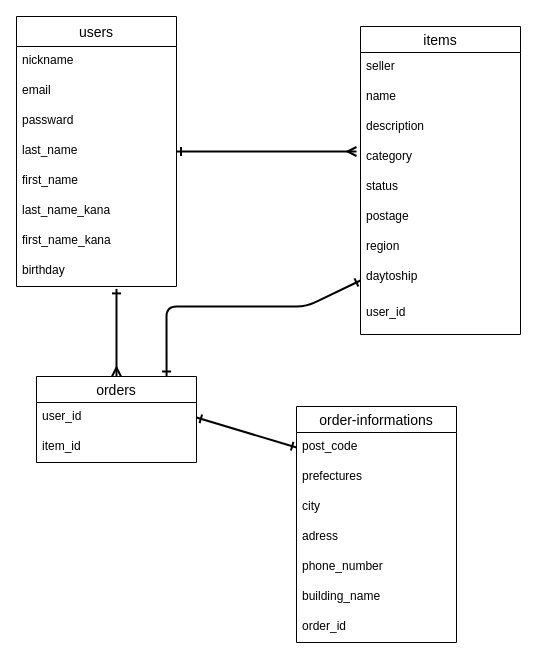
Above: er.dio in shimizubenson/furima-38211 (draw.io), before the change. Source tidied: cells renumbered, new cells numbered last; positions are measured from the earlier drawing's top-left corner, leaving out a move shared by most shapes. Both pictures are drawn from the tidied source at 100%, with x=0, y=0 at pixel (16, 16).
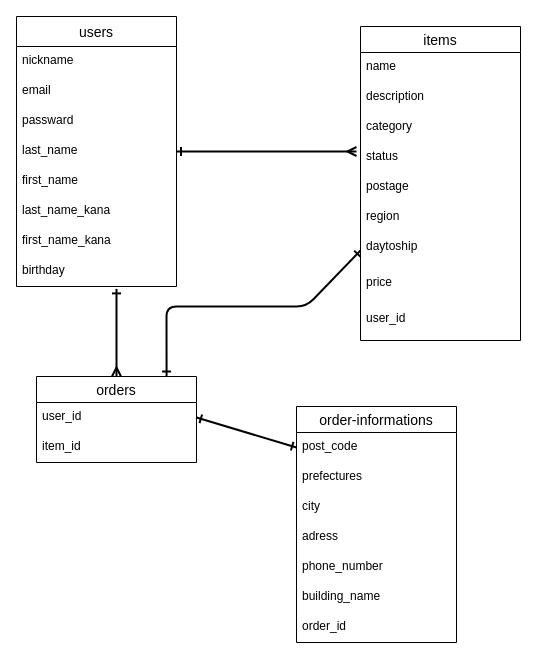
The same diagram, later.

Commit message (it also covers changes not shown here):
データベースの修正3

Change to the diagram source:
```diff
@@
     <mxCell id="11" value="items" style="swimlane;fontStyle=0;horizontal=1;startSize=26;align=center;fontSize=14;" parent="1" vertex="1">
-      <mxGeometry x="344" y="10" width="160" height="308" as="geometry" />
+      <mxGeometry x="344" y="10" width="160" height="314" as="geometry" />
     </mxCell>
-    <mxCell id="12" value="seller" style="text;strokeColor=none;fillColor=none;spacingLeft=4;spacingRight=4;overflow=hidden;fontSize=12;" parent="11" vertex="1">
-      <mxGeometry y="26" width="160" height="30" as="geometry" />
-    </mxCell>
     <mxCell id="13" value="name" style="text;strokeColor=none;fillColor=none;spacingLeft=4;spacingRight=4;overflow=hidden;fontSize=12;" parent="11" vertex="1">
-      <mxGeometry y="56" width="160" height="30" as="geometry" />
+      <mxGeometry y="26" width="160" height="30" as="geometry" />
     </mxCell>
     <mxCell id="14" value="description" style="text;strokeColor=none;fillColor=none;spacingLeft=4;spacingRight=4;overflow=hidden;points=[[0,0.5],[1,0.5]];portConstraint=eastwest;fontSize=12;" parent="11" vertex="1">
-      <mxGeometry y="86" width="160" height="30" as="geometry" />
+      <mxGeometry y="56" width="160" height="30" as="geometry" />
     </mxCell>
     <mxCell id="15" value="category" style="text;strokeColor=none;fillColor=none;spacingLeft=4;spacingRight=4;overflow=hidden;fontSize=12;" parent="11" vertex="1">
-      <mxGeometry y="116" width="160" height="30" as="geometry" />
+      <mxGeometry y="86" width="160" height="30" as="geometry" />
     </mxCell>
     <mxCell id="16" value="status" style="text;strokeColor=none;fillColor=none;spacingLeft=4;spacingRight=4;overflow=hidden;fontSize=12;" parent="11" vertex="1">
-      <mxGeometry y="146" width="160" height="30" as="geometry" />
+      <mxGeometry y="116" width="160" height="30" as="geometry" />
     </mxCell>
     <mxCell id="17" value="postage" style="text;strokeColor=none;fillColor=none;spacingLeft=4;spacingRight=4;overflow=hidden;fontSize=12;" parent="11" vertex="1">
-      <mxGeometry y="176" width="160" height="30" as="geometry" />
+      <mxGeometry y="146" width="160" height="30" as="geometry" />
     </mxCell>
     <mxCell id="18" value="region" style="text;strokeColor=none;fillColor=none;spacingLeft=4;spacingRight=4;overflow=hidden;fontSize=12;" parent="11" vertex="1">
-      <mxGeometry y="206" width="160" height="30" as="geometry" />
+      <mxGeometry y="176" width="160" height="30" as="geometry" />
     </mxCell>
     <mxCell id="19" value="daytoship" style="text;strokeColor=none;fillColor=none;spacingLeft=4;spacingRight=4;overflow=hidden;points=[[0,0.5],[1,0.5]];portConstraint=eastwest;fontSize=12;" parent="11" vertex="1">
-      <mxGeometry y="236" width="160" height="36" as="geometry" />
+      <mxGeometry y="206" width="160" height="36" as="geometry" />
     </mxCell>
-    <mxCell id="20" value="user_id" style="text;strokeColor=none;fillColor=none;spacingLeft=4;spacingRight=4;overflow=hidden;fontSize=12;" parent="11" vertex="1">
-      <mxGeometry y="272" width="160" height="36" as="geometry" />
+    <mxCell id="20" value="price" style="text;strokeColor=none;fillColor=none;spacingLeft=4;spacingRight=4;overflow=hidden;fontSize=12;" parent="11" vertex="1">
+      <mxGeometry y="242" width="160" height="36" as="geometry" />
     </mxCell>
+    <mxCell id="37" value="user_id" style="text;strokeColor=none;fillColor=none;spacingLeft=4;spacingRight=4;overflow=hidden;fontSize=12;" parent="11" vertex="1">
+      <mxGeometry y="278" width="160" height="36" as="geometry" />
+    </mxCell>
```
